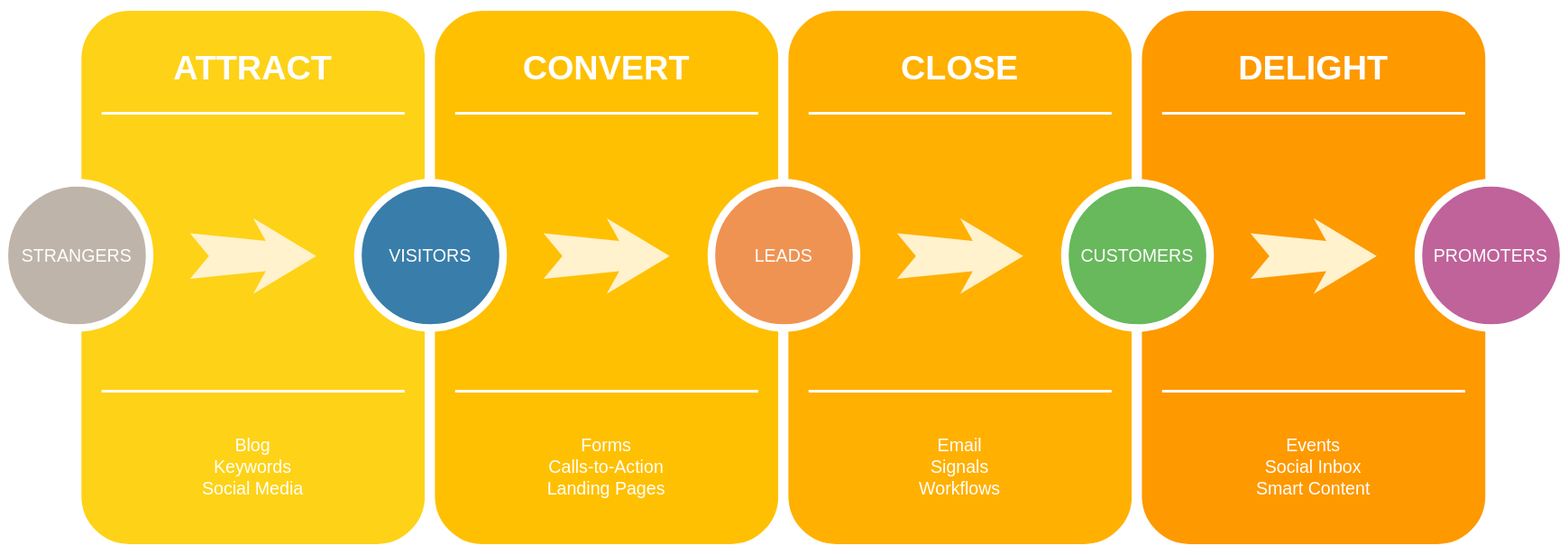
This is HappyDraw.drawio.svg from builden/drawio-diagram, a draw.io export, as it was before one commit. Source tidied: cells renumbered, new cells last; positions are measured from the earlier drawing's top-left corner, leaving out a move shared by most shapes. Its diagram source:
```xml
<mxGraphModel>
  <root>
    <mxCell id="0" />
    <mxCell id="1" parent="0" />
    <mxCell id="2" style="whiteSpace=wrap;html=1;rounded=1;shadow=0;strokeWidth=8;fontSize=20;align=center;fillColor=#FED217;strokeColor=#FFFFFF;" parent="1" vertex="1">
      <mxGeometry x="57" width="280" height="430" as="geometry" />
    </mxCell>
    <mxCell id="3" value="ATTRACT" style="text;html=1;strokeColor=none;fillColor=none;align=center;verticalAlign=middle;whiteSpace=wrap;rounded=0;shadow=0;fontSize=27;fontColor=#FFFFFF;fontStyle=1;" parent="1" vertex="1">
      <mxGeometry x="57" y="20" width="280" height="60" as="geometry" />
    </mxCell>
    <mxCell id="4" value="Blog&lt;div&gt;Keywords&lt;/div&gt;&lt;div&gt;Social Media&lt;/div&gt;" style="text;html=1;strokeColor=none;fillColor=none;align=center;verticalAlign=middle;whiteSpace=wrap;rounded=0;shadow=0;fontSize=14;fontColor=#FFFFFF;" parent="1" vertex="1">
      <mxGeometry x="57" y="320" width="280" height="90" as="geometry" />
    </mxCell>
    <mxCell id="5" style="line;strokeWidth=2;html=1;rounded=0;shadow=0;fontSize=27;align=center;fillColor=none;strokeColor=#FFFFFF;" parent="1" vertex="1">
      <mxGeometry x="77" y="80" width="240" height="10" as="geometry" />
    </mxCell>
    <mxCell id="6" style="line;strokeWidth=2;html=1;rounded=0;shadow=0;fontSize=27;align=center;fillColor=none;strokeColor=#FFFFFF;" parent="1" vertex="1">
      <mxGeometry x="77" y="300" width="240" height="10" as="geometry" />
    </mxCell>
    <mxCell id="7" value="STRANGERS" style="ellipse;whiteSpace=wrap;html=1;rounded=0;shadow=0;strokeWidth=6;fontSize=14;align=center;fillColor=#BFB4A9;strokeColor=#FFFFFF;fontColor=#FFFFFF;" parent="1" vertex="1">
      <mxGeometry y="140" width="115" height="115" as="geometry" />
    </mxCell>
    <mxCell id="8" style="html=1;shadow=0;dashed=0;align=center;verticalAlign=middle;shape=mxgraph.arrows2.stylisedArrow;dy=0.6;dx=40;notch=15;feather=0.4;rounded=0;strokeWidth=1;fontSize=27;strokeColor=none;fillColor=#fff2cc;" parent="1" vertex="1">
      <mxGeometry x="147" y="168" width="100" height="60" as="geometry" />
    </mxCell>
    <mxCell id="9" style="whiteSpace=wrap;html=1;rounded=1;shadow=0;strokeWidth=8;fontSize=20;align=center;fillColor=#FFC001;strokeColor=#FFFFFF;" parent="1" vertex="1">
      <mxGeometry x="337" width="280" height="430" as="geometry" />
    </mxCell>
    <mxCell id="10" value="CONVERT" style="text;html=1;strokeColor=none;fillColor=none;align=center;verticalAlign=middle;whiteSpace=wrap;rounded=0;shadow=0;fontSize=27;fontColor=#FFFFFF;fontStyle=1;" parent="1" vertex="1">
      <mxGeometry x="337" y="20" width="280" height="60" as="geometry" />
    </mxCell>
    <mxCell id="11" value="Forms&lt;div&gt;Calls-to-Action&lt;/div&gt;&lt;div&gt;Landing Pages&lt;/div&gt;" style="text;html=1;strokeColor=none;fillColor=none;align=center;verticalAlign=middle;whiteSpace=wrap;rounded=0;shadow=0;fontSize=14;fontColor=#FFFFFF;" parent="1" vertex="1">
      <mxGeometry x="337" y="320" width="280" height="90" as="geometry" />
    </mxCell>
    <mxCell id="12" style="line;strokeWidth=2;html=1;rounded=0;shadow=0;fontSize=27;align=center;fillColor=none;strokeColor=#FFFFFF;" parent="1" vertex="1">
      <mxGeometry x="357" y="80" width="240" height="10" as="geometry" />
    </mxCell>
    <mxCell id="13" style="line;strokeWidth=2;html=1;rounded=0;shadow=0;fontSize=27;align=center;fillColor=none;strokeColor=#FFFFFF;" parent="1" vertex="1">
      <mxGeometry x="357" y="300" width="240" height="10" as="geometry" />
    </mxCell>
    <mxCell id="14" value="VISITORS" style="ellipse;whiteSpace=wrap;html=1;rounded=0;shadow=0;strokeWidth=6;fontSize=14;align=center;fillColor=#397DAA;strokeColor=#FFFFFF;fontColor=#FFFFFF;" parent="1" vertex="1">
      <mxGeometry x="280" y="140" width="115" height="115" as="geometry" />
    </mxCell>
    <mxCell id="15" style="html=1;shadow=0;dashed=0;align=center;verticalAlign=middle;shape=mxgraph.arrows2.stylisedArrow;dy=0.6;dx=40;notch=15;feather=0.4;rounded=0;strokeWidth=1;fontSize=27;strokeColor=none;fillColor=#fff2cc;" parent="1" vertex="1">
      <mxGeometry x="427" y="168" width="100" height="60" as="geometry" />
    </mxCell>
    <mxCell id="16" style="whiteSpace=wrap;html=1;rounded=1;shadow=0;strokeWidth=8;fontSize=20;align=center;fillColor=#FFB001;strokeColor=#FFFFFF;" parent="1" vertex="1">
      <mxGeometry x="617" width="280" height="430" as="geometry" />
    </mxCell>
    <mxCell id="17" value="CLOSE" style="text;html=1;strokeColor=none;fillColor=none;align=center;verticalAlign=middle;whiteSpace=wrap;rounded=0;shadow=0;fontSize=27;fontColor=#FFFFFF;fontStyle=1;" parent="1" vertex="1">
      <mxGeometry x="617" y="20" width="280" height="60" as="geometry" />
    </mxCell>
    <mxCell id="18" value="Email&lt;div&gt;Signals&lt;/div&gt;&lt;div&gt;Workflows&lt;/div&gt;" style="text;html=1;strokeColor=none;fillColor=none;align=center;verticalAlign=middle;whiteSpace=wrap;rounded=0;shadow=0;fontSize=14;fontColor=#FFFFFF;" parent="1" vertex="1">
      <mxGeometry x="617" y="320" width="280" height="90" as="geometry" />
    </mxCell>
    <mxCell id="19" style="line;strokeWidth=2;html=1;rounded=0;shadow=0;fontSize=27;align=center;fillColor=none;strokeColor=#FFFFFF;" parent="1" vertex="1">
      <mxGeometry x="637" y="80" width="240" height="10" as="geometry" />
    </mxCell>
    <mxCell id="20" style="line;strokeWidth=2;html=1;rounded=0;shadow=0;fontSize=27;align=center;fillColor=none;strokeColor=#FFFFFF;" parent="1" vertex="1">
      <mxGeometry x="637" y="300" width="240" height="10" as="geometry" />
    </mxCell>
    <mxCell id="21" value="LEADS" style="ellipse;whiteSpace=wrap;html=1;rounded=0;shadow=0;strokeWidth=6;fontSize=14;align=center;fillColor=#EF9353;strokeColor=#FFFFFF;fontColor=#FFFFFF;" parent="1" vertex="1">
      <mxGeometry x="560" y="140" width="115" height="115" as="geometry" />
    </mxCell>
    <mxCell id="22" style="html=1;shadow=0;dashed=0;align=center;verticalAlign=middle;shape=mxgraph.arrows2.stylisedArrow;dy=0.6;dx=40;notch=15;feather=0.4;rounded=0;strokeWidth=1;fontSize=27;strokeColor=none;fillColor=#fff2cc;" parent="1" vertex="1">
      <mxGeometry x="707" y="168" width="100" height="60" as="geometry" />
    </mxCell>
    <mxCell id="23" style="whiteSpace=wrap;html=1;rounded=1;shadow=0;strokeWidth=8;fontSize=20;align=center;fillColor=#FE9900;strokeColor=#FFFFFF;" parent="1" vertex="1">
      <mxGeometry x="897" width="280" height="430" as="geometry" />
    </mxCell>
    <mxCell id="24" value="DELIGHT" style="text;html=1;strokeColor=none;fillColor=none;align=center;verticalAlign=middle;whiteSpace=wrap;rounded=0;shadow=0;fontSize=27;fontColor=#FFFFFF;fontStyle=1;" parent="1" vertex="1">
      <mxGeometry x="897" y="20" width="280" height="60" as="geometry" />
    </mxCell>
    <mxCell id="25" value="Events&lt;div&gt;Social Inbox&lt;/div&gt;&lt;div&gt;Smart Content&lt;/div&gt;" style="text;html=1;strokeColor=none;fillColor=none;align=center;verticalAlign=middle;whiteSpace=wrap;rounded=0;shadow=0;fontSize=14;fontColor=#FFFFFF;" parent="1" vertex="1">
      <mxGeometry x="897" y="320" width="280" height="90" as="geometry" />
    </mxCell>
    <mxCell id="26" style="line;strokeWidth=2;html=1;rounded=0;shadow=0;fontSize=27;align=center;fillColor=none;strokeColor=#FFFFFF;" parent="1" vertex="1">
      <mxGeometry x="917" y="80" width="240" height="10" as="geometry" />
    </mxCell>
    <mxCell id="27" style="line;strokeWidth=2;html=1;rounded=0;shadow=0;fontSize=27;align=center;fillColor=none;strokeColor=#FFFFFF;" parent="1" vertex="1">
      <mxGeometry x="917" y="300" width="240" height="10" as="geometry" />
    </mxCell>
    <mxCell id="28" value="CUSTOMERS" style="ellipse;whiteSpace=wrap;html=1;rounded=0;shadow=0;strokeWidth=6;fontSize=14;align=center;fillColor=#68B85C;strokeColor=#FFFFFF;fontColor=#FFFFFF;" parent="1" vertex="1">
      <mxGeometry x="840" y="140" width="115" height="115" as="geometry" />
    </mxCell>
    <mxCell id="29" style="html=1;shadow=0;dashed=0;align=center;verticalAlign=middle;shape=mxgraph.arrows2.stylisedArrow;dy=0.6;dx=40;notch=15;feather=0.4;rounded=0;strokeWidth=1;fontSize=27;strokeColor=none;fillColor=#fff2cc;" parent="1" vertex="1">
      <mxGeometry x="987" y="168" width="100" height="60" as="geometry" />
    </mxCell>
    <mxCell id="30" value="PROMOTERS" style="ellipse;whiteSpace=wrap;html=1;rounded=0;shadow=0;strokeWidth=6;fontSize=14;align=center;fillColor=#BF639A;strokeColor=#FFFFFF;fontColor=#FFFFFF;" parent="1" vertex="1">
      <mxGeometry x="1120" y="140" width="115" height="115" as="geometry" />
    </mxCell>
  </root>
</mxGraphModel>
```
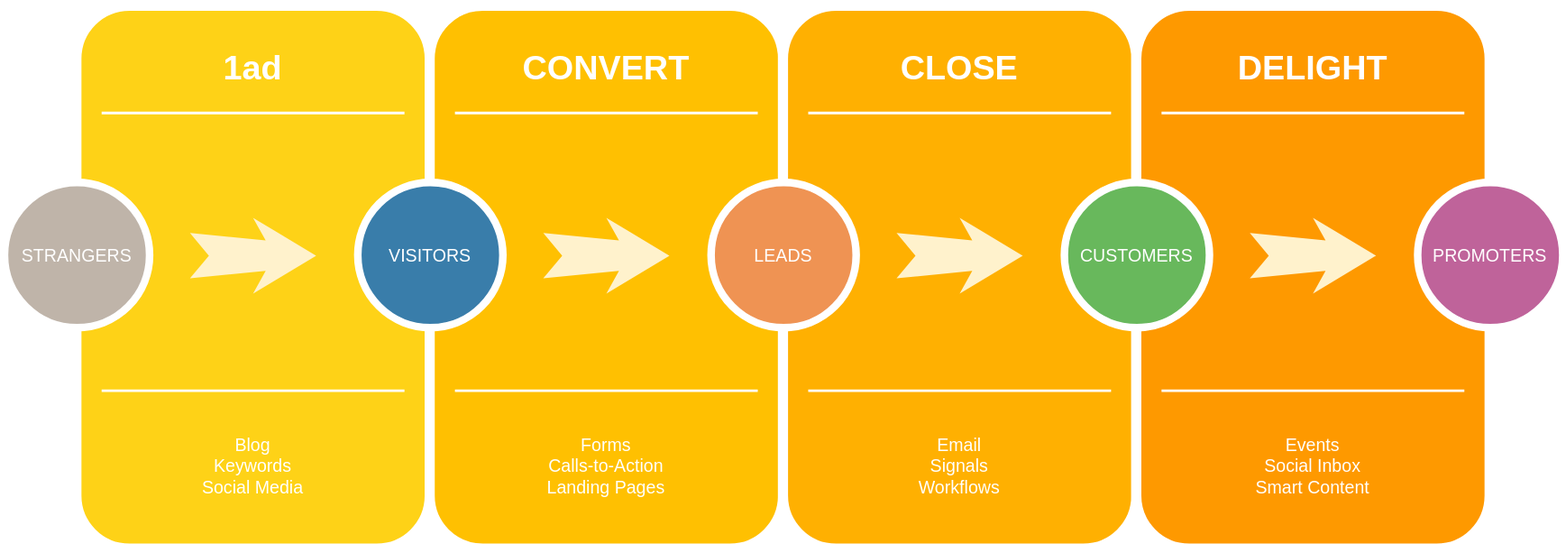
The same diagram one commit later.

The edit, as a diff of the source:
```diff
@@ -5,7 +5,7 @@
     <mxCell id="2" style="whiteSpace=wrap;html=1;rounded=1;shadow=0;strokeWidth=8;fontSize=20;align=center;fillColor=#FED217;strokeColor=#FFFFFF;" parent="1" vertex="1">
       <mxGeometry x="57" width="280" height="430" as="geometry" />
     </mxCell>
-    <mxCell id="3" value="ATTRACT" style="text;html=1;strokeColor=none;fillColor=none;align=center;verticalAlign=middle;whiteSpace=wrap;rounded=0;shadow=0;fontSize=27;fontColor=#FFFFFF;fontStyle=1;" parent="1" vertex="1">
+    <mxCell id="3" value="1ad" style="text;html=1;strokeColor=none;fillColor=none;align=center;verticalAlign=middle;whiteSpace=wrap;rounded=0;shadow=0;fontSize=27;fontColor=#FFFFFF;fontStyle=1;" parent="1" vertex="1">
       <mxGeometry x="57" y="20" width="280" height="60" as="geometry" />
     </mxCell>
     <mxCell id="4" value="Blog&lt;div&gt;Keywords&lt;/div&gt;&lt;div&gt;Social Media&lt;/div&gt;" style="text;html=1;strokeColor=none;fillColor=none;align=center;verticalAlign=middle;whiteSpace=wrap;rounded=0;shadow=0;fontSize=14;fontColor=#FFFFFF;" parent="1" vertex="1">
```
